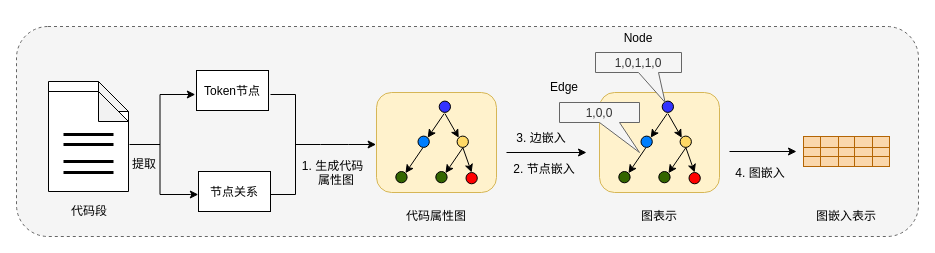
This is page "graph_embedding" (8 of 18) of overview.drawio from LxkdGithub/draw.io, a draw.io file, before an edit. Source tidied: cells renumbered, new cells numbered last; positions are measured from the earlier drawing's top-left corner, leaving out a move shared by most shapes. Both pictures are drawn from the tidied source at 100%, with x=0, y=0 at pixel (16, 22).
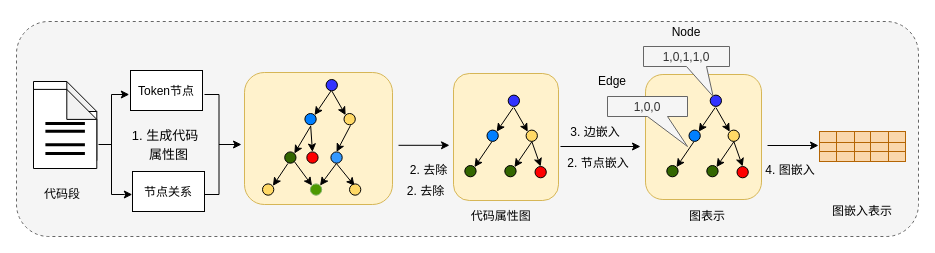
The same page after the edit.

Diff of the diagram source:
```diff
@@
     <mxCell id="2" style="rounded=1;fillColor=#f5f5f5;strokeColor=#666666;dashed=1;fontColor=#333333;" parent="1" vertex="1">
-      <mxGeometry y="4" width="902" height="210" as="geometry" />
+      <mxGeometry y="-1" width="902" height="215" as="geometry" />
     </mxCell>
+    <mxCell id="78" style="rounded=1;fillColor=#fff2cc;strokeColor=#d6b656;" parent="1" vertex="1">
+      <mxGeometry x="629" y="52" width="116" height="125" as="geometry" />
+    </mxCell>
     <mxCell id="3" style="rounded=1;fillColor=#fff2cc;strokeColor=#d6b656;" parent="1" vertex="1">
-      <mxGeometry x="360" y="70" width="120" height="100" as="geometry" />
+      <mxGeometry x="437" y="51" width="105" height="127" as="geometry" />
     </mxCell>
-    <mxCell id="4" style="shape=note;backgroundOutline=1;darkOpacity=0.05;" parent="1" vertex="1">
-      <mxGeometry x="32" y="59" width="80" height="100" as="geometry" />
-    </mxCell>
-    <mxCell id="5" style="shape=note;backgroundOutline=1;darkOpacity=0.05;" parent="1" vertex="1">
-      <mxGeometry x="32" y="69" width="80" height="100" as="geometry" />
-    </mxCell>
-    <mxCell id="6" style="endArrow=none;rounded=1;strokeWidth=3;fillColor=#d5e8d4;strokeColor=#000000;" parent="1" edge="1">
-      <mxGeometry relative="1" as="geometry">
-        <mxPoint x="47" y="112" as="sourcePoint" />
-        <mxPoint x="97" y="112" as="targetPoint" />
-      </mxGeometry>
-    </mxCell>
-    <mxCell id="7" style="endArrow=none;rounded=1;strokeWidth=3;fillColor=#d5e8d4;strokeColor=#000000;" parent="1" edge="1">
-      <mxGeometry relative="1" as="geometry">
-        <mxPoint x="47" y="122" as="sourcePoint" />
-        <mxPoint x="97" y="122" as="targetPoint" />
-      </mxGeometry>
-    </mxCell>
-    <mxCell id="8" style="endArrow=none;rounded=1;strokeWidth=3;fillColor=#d5e8d4;strokeColor=#000000;" parent="1" edge="1">
-      <mxGeometry relative="1" as="geometry">
-        <mxPoint x="47" y="139" as="sourcePoint" />
-        <mxPoint x="97" y="139" as="targetPoint" />
-      </mxGeometry>
-    </mxCell>
-    <mxCell id="9" style="endArrow=none;rounded=1;strokeWidth=3;fillColor=#d5e8d4;strokeColor=#000000;" parent="1" edge="1">
-      <mxGeometry relative="1" as="geometry">
-        <mxPoint x="47" y="150" as="sourcePoint" />
-        <mxPoint x="97" y="150" as="targetPoint" />
-      </mxGeometry>
-    </mxCell>
     <mxCell id="10" style="group;" parent="1" vertex="1">
-      <mxGeometry x="379.3" y="78.6" width="81.5" height="82.8" as="geometry" />
+      <mxGeometry x="448.3" y="72.6" width="81.5" height="82.8" as="geometry" />
     </mxCell>
@@
     <mxCell id="22" style="endArrow=classic;rounded=0;" parent="1" edge="1">
       <mxGeometry relative="1" as="geometry">
-        <mxPoint x="490" y="130" as="sourcePoint" />
-        <mxPoint x="570" y="130" as="targetPoint" />
+        <mxPoint x="544" y="124" as="sourcePoint" />
+        <mxPoint x="624" y="124" as="targetPoint" />
       </mxGeometry>
     </mxCell>
-    <mxCell id="23" style="rounded=1;fillColor=#fff2cc;strokeColor=#d6b656;" parent="1" vertex="1">
-      <mxGeometry x="583" y="70" width="120" height="100" as="geometry" />
-    </mxCell>
     <mxCell id="24" style="group;" parent="1" vertex="1">
-      <mxGeometry x="602.3" y="78.6" width="81.5" height="82.8" as="geometry" />
+      <mxGeometry x="650.3" y="72.6" width="81.5" height="82.8" as="geometry" />
     </mxCell>
@@
     <mxCell id="36" value="1,0,1,1,0" style="shape=callout;perimeter=calloutPerimeter;position2=0.81;fillColor=#f5f5f5;fontColor=#333333;strokeColor=#666666;" parent="1" vertex="1">
-      <mxGeometry x="579" y="30" width="86" height="50" as="geometry" />
+      <mxGeometry x="627" y="24" width="86" height="50" as="geometry" />
     </mxCell>
     <mxCell id="37" value="1,0,0" style="shape=callout;perimeter=calloutPerimeter;position2=1;fillColor=#f5f5f5;fontColor=#333333;strokeColor=#666666;" parent="1" vertex="1">
-      <mxGeometry x="543" y="80" width="80" height="50" as="geometry" />
+      <mxGeometry x="591" y="74" width="80" height="50" as="geometry" />
     </mxCell>
     <mxCell id="38" value="Node" style="text;strokeColor=none;fillColor=none;align=center;verticalAlign=middle;rounded=0;" parent="1" vertex="1">
-      <mxGeometry x="592" width="60" height="30" as="geometry" />
+      <mxGeometry x="640" y="-6" width="60" height="30" as="geometry" />
     </mxCell>
     <mxCell id="39" value="Edge" style="text;strokeColor=none;fillColor=none;align=center;verticalAlign=middle;rounded=0;" parent="1" vertex="1">
-      <mxGeometry x="518" y="48.6" width="60" height="30" as="geometry" />
+      <mxGeometry x="566" y="42.6" width="60" height="30" as="geometry" />
     </mxCell>
     <mxCell id="40" style="endArrow=classic;rounded=0;" parent="1" edge="1">
       <mxGeometry relative="1" as="geometry">
-        <mxPoint x="713" y="129" as="sourcePoint" />
-        <mxPoint x="780" y="129" as="targetPoint" />
+        <mxPoint x="751" y="123" as="sourcePoint" />
+        <mxPoint x="802" y="123" as="targetPoint" />
       </mxGeometry>
     </mxCell>
     <mxCell id="41" value="代码属性图" style="text;align=center;verticalAlign=middle;strokeColor=none;fillColor=none;" parent="1" vertex="1">
-      <mxGeometry x="375" y="178" width="90" height="30" as="geometry" />
+      <mxGeometry x="439.7" y="178" width="90" height="30" as="geometry" />
     </mxCell>
     <mxCell id="42" value="图表示" style="text;align=center;verticalAlign=middle;strokeColor=none;fillColor=none;" parent="1" vertex="1">
-      <mxGeometry x="608" y="178" width="70" height="30" as="geometry" />
+      <mxGeometry x="656" y="178" width="70" height="30" as="geometry" />
     </mxCell>
     <mxCell id="43" style="childLayout=tableLayout;shadow=0;fillColor=#fad7ac;strokeColor=#b46504;" parent="1" vertex="1">
-      <mxGeometry x="787" y="114" width="86" height="30" as="geometry" />
+      <mxGeometry x="803" y="109" width="86" height="30" as="geometry" />
     </mxCell>
@@
     <mxCell id="62" value="2. 节点嵌入" style="text;align=center;verticalAlign=middle;strokeColor=none;fillColor=none;" parent="1" vertex="1">
-      <mxGeometry x="478" y="131.4" width="100" height="30" as="geometry" />
+      <mxGeometry x="532" y="125.4" width="100" height="30" as="geometry" />
     </mxCell>
     <mxCell id="63" value="图嵌入表示" style="text;align=center;verticalAlign=middle;strokeColor=none;fillColor=none;" parent="1" vertex="1">
-      <mxGeometry x="785" y="178" width="90" height="30" as="geometry" />
+      <mxGeometry x="801" y="173" width="90" height="30" as="geometry" />
     </mxCell>
     <mxCell id="64" value="4. 图嵌入" style="text;align=center;verticalAlign=middle;strokeColor=none;fillColor=none;" parent="1" vertex="1">
-      <mxGeometry x="704" y="135" width="80" height="30" as="geometry" />
+      <mxGeometry x="734" y="132" width="80" height="30" as="geometry" />
     </mxCell>
     <mxCell id="65" value="代码段" style="text;align=center;verticalAlign=middle;strokeColor=none;fillColor=none;" parent="1" vertex="1">
-      <mxGeometry x="38" y="173" width="70" height="30" as="geometry" />
+      <mxGeometry x="11" y="156" width="70" height="30" as="geometry" />
     </mxCell>
     <mxCell id="66" value="3. 边嵌入" style="text;align=center;verticalAlign=middle;strokeColor=none;fillColor=none;" parent="1" vertex="1">
-      <mxGeometry x="485" y="100" width="80" height="30" as="geometry" />
+      <mxGeometry x="539" y="94" width="80" height="30" as="geometry" />
     </mxCell>
-    <mxCell id="67" value="1. 生成代码" style="text;align=center;verticalAlign=middle;strokeColor=none;fillColor=none;" parent="1" vertex="1">
-      <mxGeometry x="277" y="130" width="79" height="26" as="geometry" />
+    <mxCell id="67" value="1. 生成代码" style="text;align=center;verticalAlign=middle;strokeColor=none;fillColor=none;fontSize=13;" parent="1" vertex="1">
+      <mxGeometry x="107" y="98" width="84" height="28" as="geometry" />
     </mxCell>
     <mxCell id="68" value="Token节点" style="rounded=0;" parent="1" vertex="1">
-      <mxGeometry x="180" y="48" width="72" height="40" as="geometry" />
+      <mxGeometry x="114" y="48" width="72" height="40" as="geometry" />
     </mxCell>
     <mxCell id="69" value="节点关系" style="rounded=0;" parent="1" vertex="1">
-      <mxGeometry x="182" y="149" width="72" height="40" as="geometry" />
+      <mxGeometry x="116" y="149" width="72" height="40" as="geometry" />
     </mxCell>
     <mxCell id="70" style="edgeStyle=orthogonalEdgeStyle;rounded=0;jettySize=auto;exitX=1;exitY=0;exitDx=0;exitDy=0;exitPerimeter=0;" parent="1" edge="1" source="73">
       <mxGeometry relative="1" as="geometry">
-        <mxPoint x="178.8" y="72" as="targetPoint" />
+        <mxPoint x="112.8" y="72" as="targetPoint" />
       </mxGeometry>
     </mxCell>
     <mxCell id="71" style="edgeStyle=orthogonalEdgeStyle;rounded=0;jettySize=auto;exitX=1;exitY=1;exitDx=0;exitDy=0;exitPerimeter=0;" parent="1" edge="1" source="73">
       <mxGeometry relative="1" as="geometry">
-        <mxPoint x="174.8" y="172" as="targetPoint" />
+        <mxPoint x="108.8" y="172" as="targetPoint" />
       </mxGeometry>
     </mxCell>
     <mxCell id="72" style="edgeStyle=orthogonalEdgeStyle;rounded=0;jettySize=auto;exitX=1;exitY=1;exitDx=0;exitDy=0;exitPerimeter=0;" parent="1" edge="1" source="73">
       <mxGeometry relative="1" as="geometry">
-        <mxPoint x="181.8" y="172" as="targetPoint" />
+        <mxPoint x="115.8" y="172" as="targetPoint" />
       </mxGeometry>
     </mxCell>
     <mxCell id="73" style="strokeWidth=1;shape=mxgraph.flowchart.annotation_2;align=left;labelPosition=right;" parent="1" vertex="1">
-      <mxGeometry x="113" y="72" width="61" height="100" as="geometry" />
+      <mxGeometry x="82" y="72" width="26" height="100" as="geometry" />
     </mxCell>
-    <mxCell id="74" style="edgeStyle=orthogonalEdgeStyle;rounded=0;jettySize=auto;" parent="1" edge="1" source="75">
+    <mxCell id="74" style="edgeStyle=orthogonalEdgeStyle;rounded=0;orthogonalLoop=1;jettySize=auto;" parent="1" edge="1">
       <mxGeometry relative="1" as="geometry">
-        <mxPoint x="359.6" y="122" as="targetPoint" />
+        <mxPoint x="203" y="122" as="sourcePoint" />
+        <mxPoint x="225" y="122" as="targetPoint" />
       </mxGeometry>
     </mxCell>
     <mxCell id="75" style="strokeWidth=1;shape=mxgraph.flowchart.annotation_2;align=left;labelPosition=right;rotation=-180;" parent="1" vertex="1">
-      <mxGeometry x="254" y="72" width="50" height="100" as="geometry" />
+      <mxGeometry x="188" y="72" width="29" height="100" as="geometry" />
     </mxCell>
-    <mxCell id="76" value="提取" style="text;align=center;verticalAlign=middle;strokeColor=none;fillColor=none;" parent="1" vertex="1">
-      <mxGeometry x="107" y="128" width="42" height="26" as="geometry" />
-    </mxCell>
-    <mxCell id="77" value="属性图" style="text;align=center;verticalAlign=middle;strokeColor=none;fillColor=none;" parent="1" vertex="1">
-      <mxGeometry x="293" y="144" width="54" height="26" as="geometry" />
+    <mxCell id="77" value="属性图" style="text;align=center;verticalAlign=middle;strokeColor=none;fillColor=none;fontSize=13;" parent="1" vertex="1">
+      <mxGeometry x="124" y="117" width="57" height="28" as="geometry" />
     </mxCell>
+    <mxCell id="79" style="group;" parent="1" vertex="1">
+      <mxGeometry x="17" y="59" width="63.3" height="87" as="geometry" />
+    </mxCell>
+    <mxCell id="4" style="shape=note;backgroundOutline=1;darkOpacity=0.05;" parent="79" vertex="1">
+      <mxGeometry width="63.3" height="79.1" as="geometry" />
+    </mxCell>
+    <mxCell id="5" style="shape=note;backgroundOutline=1;darkOpacity=0.05;" parent="79" vertex="1">
+      <mxGeometry y="7.9" width="63.3" height="79.1" as="geometry" />
+    </mxCell>
+    <mxCell id="6" style="endArrow=none;rounded=1;strokeWidth=3;fillColor=#d5e8d4;strokeColor=#000000;" parent="79" edge="1">
+      <mxGeometry relative="1" as="geometry">
+        <mxPoint x="11.9" y="41.9" as="sourcePoint" />
+        <mxPoint x="51.4" y="41.9" as="targetPoint" />
+      </mxGeometry>
+    </mxCell>
+    <mxCell id="7" style="endArrow=none;rounded=1;strokeWidth=3;fillColor=#d5e8d4;strokeColor=#000000;" parent="79" edge="1">
+      <mxGeometry relative="1" as="geometry">
+        <mxPoint x="11.9" y="49.8" as="sourcePoint" />
+        <mxPoint x="51.4" y="49.8" as="targetPoint" />
+      </mxGeometry>
+    </mxCell>
+    <mxCell id="8" style="endArrow=none;rounded=1;strokeWidth=3;fillColor=#d5e8d4;strokeColor=#000000;" parent="79" edge="1">
+      <mxGeometry relative="1" as="geometry">
+        <mxPoint x="11.9" y="63.3" as="sourcePoint" />
+        <mxPoint x="51.4" y="63.3" as="targetPoint" />
+      </mxGeometry>
+    </mxCell>
+    <mxCell id="9" style="endArrow=none;rounded=1;strokeWidth=3;fillColor=#d5e8d4;strokeColor=#000000;" parent="79" edge="1">
+      <mxGeometry relative="1" as="geometry">
+        <mxPoint x="11.9" y="72" as="sourcePoint" />
+        <mxPoint x="51.4" y="72" as="targetPoint" />
+      </mxGeometry>
+    </mxCell>
+    <mxCell id="80" style="rounded=1;fillColor=#fff2cc;strokeColor=#d6b656;" parent="1" vertex="1">
+      <mxGeometry x="228" y="50" width="148" height="132" as="geometry" />
+    </mxCell>
+    <mxCell id="81" style="group;" parent="1" vertex="1">
+      <mxGeometry x="246" y="55" width="101" height="123" as="geometry" />
+    </mxCell>
+    <mxCell id="82" style="ellipse;whiteSpace=wrap;html=1;fillColor=#3333FF;" parent="81" vertex="1">
+      <mxGeometry x="63.6" y="2" width="11.3" height="11.3" as="geometry" />
+    </mxCell>
+    <mxCell id="83" style="ellipse;whiteSpace=wrap;html=1;fillColor=#FFD966;" parent="81" vertex="1">
+      <mxGeometry x="81.5" y="36" width="11.3" height="11.3" as="geometry" />
+    </mxCell>
+    <mxCell id="84" style="ellipse;whiteSpace=wrap;html=1;fillColor=#007FFF;" parent="81" vertex="1">
+      <mxGeometry x="42.4" y="36" width="11.3" height="11.3" as="geometry" />
+    </mxCell>
+    <mxCell id="85" style="endArrow=classic;html=1;rounded=0;entryX=0.5;entryY=0;entryDx=0;entryDy=0;" parent="81" edge="1" target="86">
+      <mxGeometry relative="1" as="geometry">
+        <mxPoint x="48.2" y="48.6" as="sourcePoint" />
+      </mxGeometry>
+    </mxCell>
+    <mxCell id="86" style="ellipse;whiteSpace=wrap;html=1;fillColor=#FF0000;strokeColor=#000000;" parent="81" vertex="1">
+      <mxGeometry x="44.3" y="74.4" width="11.3" height="11.3" as="geometry" />
+    </mxCell>
+    <mxCell id="87" style="ellipse;whiteSpace=wrap;html=1;fillColor=#336600;" parent="81" vertex="1">
+      <mxGeometry x="22.2" y="74.4" width="11.3" height="11.3" as="geometry" />
+    </mxCell>
+    <mxCell id="88" style="endArrow=classic;html=1;rounded=0;entryX=1;entryY=0;entryDx=0;entryDy=0;exitX=0.5;exitY=1;exitDx=0;exitDy=0;" parent="81" edge="1" target="87">
+      <mxGeometry relative="1" as="geometry">
+        <mxPoint x="48.2" y="48.6" as="sourcePoint" />
+      </mxGeometry>
+    </mxCell>
+    <mxCell id="89" style="ellipse;whiteSpace=wrap;html=1;fillColor=#FFD966;" parent="81" vertex="1">
+      <mxGeometry y="106.4" width="11.3" height="11.3" as="geometry" />
+    </mxCell>
+    <mxCell id="90" style="endArrow=classic;html=1;rounded=0;entryX=1;entryY=0;entryDx=0;entryDy=0;exitX=0.5;exitY=1;exitDx=0;exitDy=0;" parent="81" edge="1">
+      <mxGeometry relative="1" as="geometry">
+        <mxPoint x="25.4" y="86" as="sourcePoint" />
+        <mxPoint x="10.4" y="108.4" as="targetPoint" />
+      </mxGeometry>
+    </mxCell>
+    <mxCell id="91" style="ellipse;whiteSpace=wrap;html=1;fillColor=#3399FF;" parent="81" vertex="1">
+      <mxGeometry x="68.4" y="74.4" width="11.3" height="11.3" as="geometry" />
+    </mxCell>
+    <mxCell id="92" style="endArrow=classic;html=1;rounded=0;entryX=0;entryY=0;entryDx=0;entryDy=0;" parent="81" edge="1">
+      <mxGeometry relative="1" as="geometry">
+        <mxPoint x="73.9" y="86" as="sourcePoint" />
+        <mxPoint x="92.1" y="108.4" as="targetPoint" />
+      </mxGeometry>
+    </mxCell>
+    <mxCell id="93" style="ellipse;whiteSpace=wrap;html=1;fillColor=#FFD966;" parent="81" vertex="1">
+      <mxGeometry x="87" y="106.4" width="11.3" height="11.3" as="geometry" />
+    </mxCell>
+    <mxCell id="94" style="ellipse;whiteSpace=wrap;html=1;fillColor=#4D9900;strokeColor=#82b366;" parent="81" vertex="1">
+      <mxGeometry x="47.9" y="106.4" width="11.3" height="11.3" as="geometry" />
+    </mxCell>
+    <mxCell id="95" style="endArrow=classic;html=1;rounded=0;entryX=1;entryY=0;entryDx=0;entryDy=0;exitX=0.5;exitY=1;exitDx=0;exitDy=0;" parent="81" edge="1" target="94">
+      <mxGeometry relative="1" as="geometry">
+        <mxPoint x="73.9" y="86" as="sourcePoint" />
+      </mxGeometry>
+    </mxCell>
+    <mxCell id="96" style="endArrow=classic;html=1;rounded=0;entryX=0.5;entryY=0;entryDx=0;entryDy=0;exitX=0.5;exitY=1;exitDx=0;exitDy=0;" parent="81" edge="1" target="91">
+      <mxGeometry relative="1" as="geometry">
+        <mxPoint x="88" y="47.9" as="sourcePoint" />
+      </mxGeometry>
+    </mxCell>
+    <mxCell id="97" style="endArrow=classic;html=1;rounded=0;entryX=1;entryY=0;entryDx=0;entryDy=0;exitX=0.5;exitY=1;exitDx=0;exitDy=0;" parent="81" edge="1" target="84">
+      <mxGeometry relative="1" as="geometry">
+        <mxPoint x="68.4" y="13.6" as="sourcePoint" />
+      </mxGeometry>
+    </mxCell>
+    <mxCell id="98" style="endArrow=classic;html=1;rounded=0;exitX=0.5;exitY=1;exitDx=0;exitDy=0;entryX=0;entryY=0;entryDx=0;entryDy=0;" parent="81" edge="1" target="83">
+      <mxGeometry relative="1" as="geometry">
+        <mxPoint x="69.4" y="13.6" as="sourcePoint" />
+      </mxGeometry>
+    </mxCell>
+    <mxCell id="99" style="endArrow=classic;html=1;rounded=0;entryX=0;entryY=0;entryDx=0;entryDy=0;exitX=1;exitY=1;exitDx=0;exitDy=0;" parent="81" edge="1" source="87" target="94">
+      <mxGeometry relative="1" as="geometry" />
+    </mxCell>
+    <mxCell id="100" style="endArrow=classic;rounded=0;" parent="1" edge="1">
+      <mxGeometry relative="1" as="geometry">
+        <mxPoint x="382" y="122.8" as="sourcePoint" />
+        <mxPoint x="433" y="122.8" as="targetPoint" />
+      </mxGeometry>
+    </mxCell>
+    <mxCell id="101" value="2. 去除" style="text;align=center;verticalAlign=middle;strokeColor=none;fillColor=none;" parent="1" vertex="1">
+      <mxGeometry x="385" y="134" width="55" height="26" as="geometry" />
+    </mxCell>
+    <mxCell id="102" value="2. 去除" style="text;align=center;verticalAlign=middle;strokeColor=none;fillColor=none;" parent="1" vertex="1">
+      <mxGeometry x="382" y="155.4" width="55" height="26" as="geometry" />
+    </mxCell>
```
